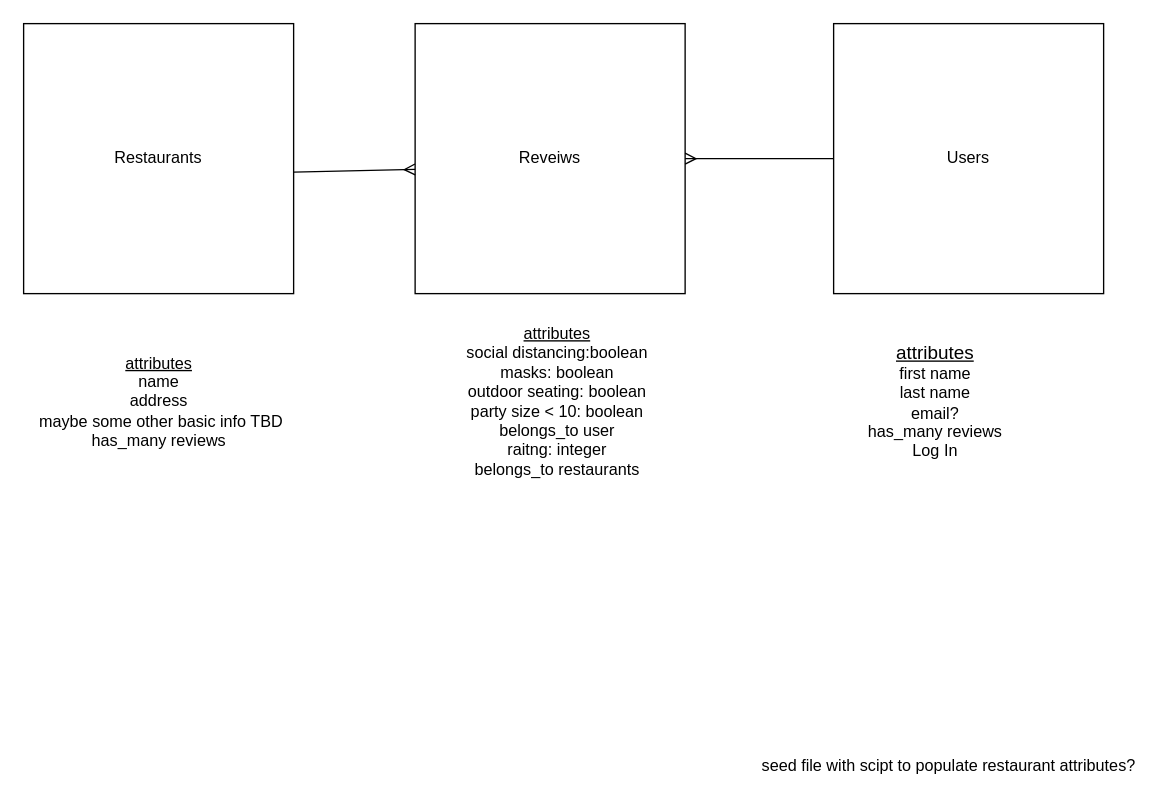
This is Review-site.drawio from samlawhon/covid-vibes, a draw.io file, before an edit. Source tidied: cells renumbered, new cells numbered last; positions are measured from the earlier drawing's top-left corner, leaving out a move shared by most shapes. Both pictures are drawn from the tidied source at 135%, with x=0, y=0 at pixel (23, 23).
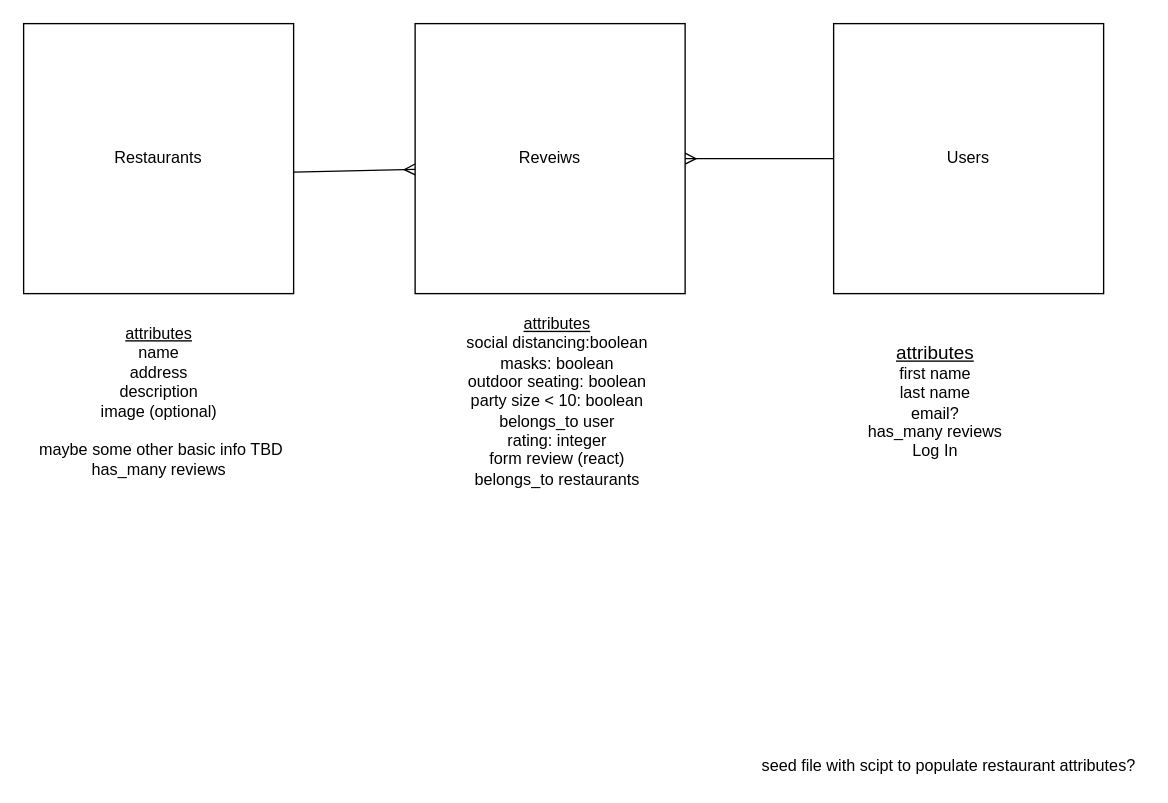
Above is the later version.

Diff of the diagram source:
```diff
@@
 <mxGraphModel>
   <root>
     <mxCell id="0" />
     <mxCell id="1" parent="0" />
     <mxCell id="2" value="Restaurants" style="whiteSpace=wrap;html=1;" parent="1" vertex="1">
       <mxGeometry width="200" height="200" as="geometry" />
     </mxCell>
     <mxCell id="3" value="Reveiws" style="whiteSpace=wrap;html=1;" parent="1" vertex="1">
       <mxGeometry x="290" width="200" height="200" as="geometry" />
     </mxCell>
     <mxCell id="4" style="endArrow=ERmany;html=1;endFill=0;" parent="1" edge="1">
       <mxGeometry relative="1" as="geometry">
         <mxPoint x="200" y="110" as="sourcePoint" />
         <mxPoint x="290" y="108" as="targetPoint" />
       </mxGeometry>
     </mxCell>
-    <mxCell id="5" value="&lt;u&gt;attributes&lt;br&gt;&lt;/u&gt;name&lt;br&gt;address&lt;br&gt;&amp;nbsp;maybe some other basic info TBD&lt;br&gt;has_many reviews" style="text;html=1;align=center;verticalAlign=middle;" parent="1" vertex="1">
-      <mxGeometry y="240" width="200" height="80" as="geometry" />
+    <mxCell id="5" value="&lt;u&gt;attributes&lt;br&gt;&lt;/u&gt;name&lt;br&gt;address&lt;br&gt;description&lt;br&gt;image (optional)&lt;br&gt;&lt;br&gt;&amp;nbsp;maybe some other basic info TBD&lt;br&gt;has_many reviews" style="text;html=1;align=center;verticalAlign=middle;" parent="1" vertex="1">
+      <mxGeometry y="220" width="200" height="120" as="geometry" />
     </mxCell>
-    <mxCell id="6" value="&lt;u&gt;attributes&lt;br&gt;&lt;/u&gt;social distancing:boolean&lt;br&gt;masks: boolean&lt;br&gt;outdoor seating: boolean&lt;br&gt;party size &amp;lt; 10: boolean&lt;br&gt;belongs_to user&lt;br&gt;raitng: integer&lt;br&gt;belongs_to restaurants" style="text;html=1;align=center;verticalAlign=middle;" parent="1" vertex="1">
-      <mxGeometry x="320" y="220" width="150" height="120" as="geometry" />
+    <mxCell id="6" value="&lt;u&gt;attributes&lt;br&gt;&lt;/u&gt;social distancing:boolean&lt;br&gt;masks: boolean&lt;br&gt;outdoor seating: boolean&lt;br&gt;party size &amp;lt; 10: boolean&lt;br&gt;belongs_to user&lt;br&gt;rating: integer&lt;br&gt;form review (react)&lt;br&gt;belongs_to restaurants" style="text;html=1;align=center;verticalAlign=middle;" parent="1" vertex="1">
+      <mxGeometry x="320" y="215" width="150" height="130" as="geometry" />
     </mxCell>
     <mxCell id="7" value="seed file with scipt to populate restaurant attributes?" style="text;html=1;align=center;verticalAlign=middle;" parent="1" vertex="1">
       <mxGeometry x="540" y="540" width="290" height="20" as="geometry" />
     </mxCell>
     <mxCell id="8" style="edgeStyle=orthogonalEdgeStyle;rounded=0;jettySize=auto;html=1;exitX=0;exitY=0.5;exitDx=0;exitDy=0;endArrow=ERmany;endFill=0;" parent="1" edge="1" source="9" target="3">
       <mxGeometry relative="1" as="geometry">
         <Array as="points">
           <mxPoint x="680" y="100" />
         </Array>
       </mxGeometry>
     </mxCell>
     <mxCell id="9" value="Users" style="whiteSpace=wrap;html=1;" parent="1" vertex="1">
       <mxGeometry x="600" width="200" height="200" as="geometry" />
     </mxCell>
     <mxCell id="10" value="&lt;u&gt;&lt;font style=&quot;font-size: 14px&quot;&gt;attributes&lt;/font&gt;&lt;br&gt;&lt;/u&gt;first name&lt;br&gt;last name&lt;br&gt;email?&lt;br&gt;has_many reviews&lt;br&gt;Log In" style="text;html=1;align=center;verticalAlign=middle;" parent="1" vertex="1">
       <mxGeometry x="620" y="235" width="110" height="90" as="geometry" />
     </mxCell>
   </root>
 </mxGraphModel>
```
